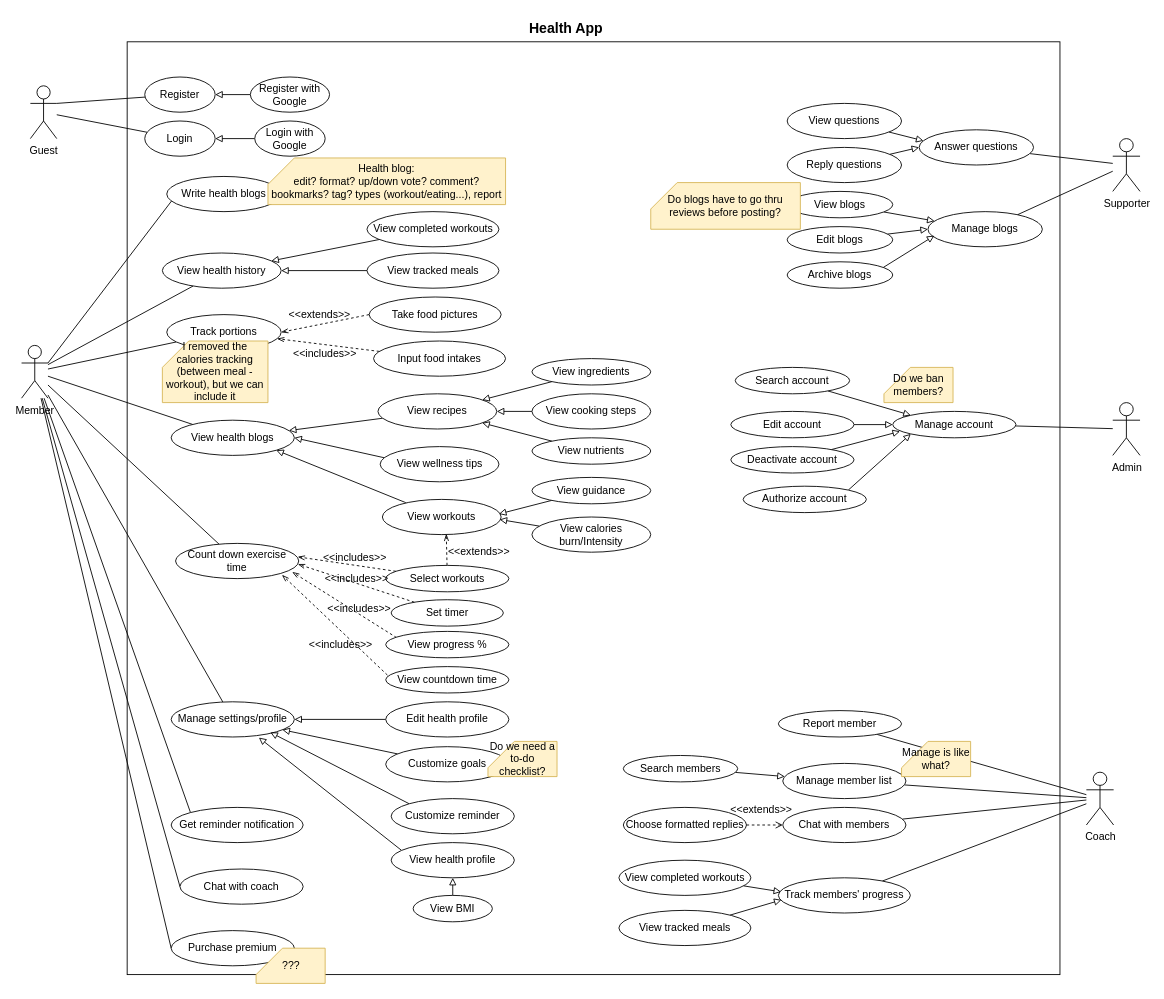
Above: SWD_health_app.drawio in sehayden/android-hayden (draw.io), before the change. Source tidied: cells renumbered, new cells numbered last; positions are measured from the earlier drawing's top-left corner, leaving out a move shared by most shapes. Both pictures are drawn from the tidied source at 88%, with x=0, y=0 at pixel (21, 15).
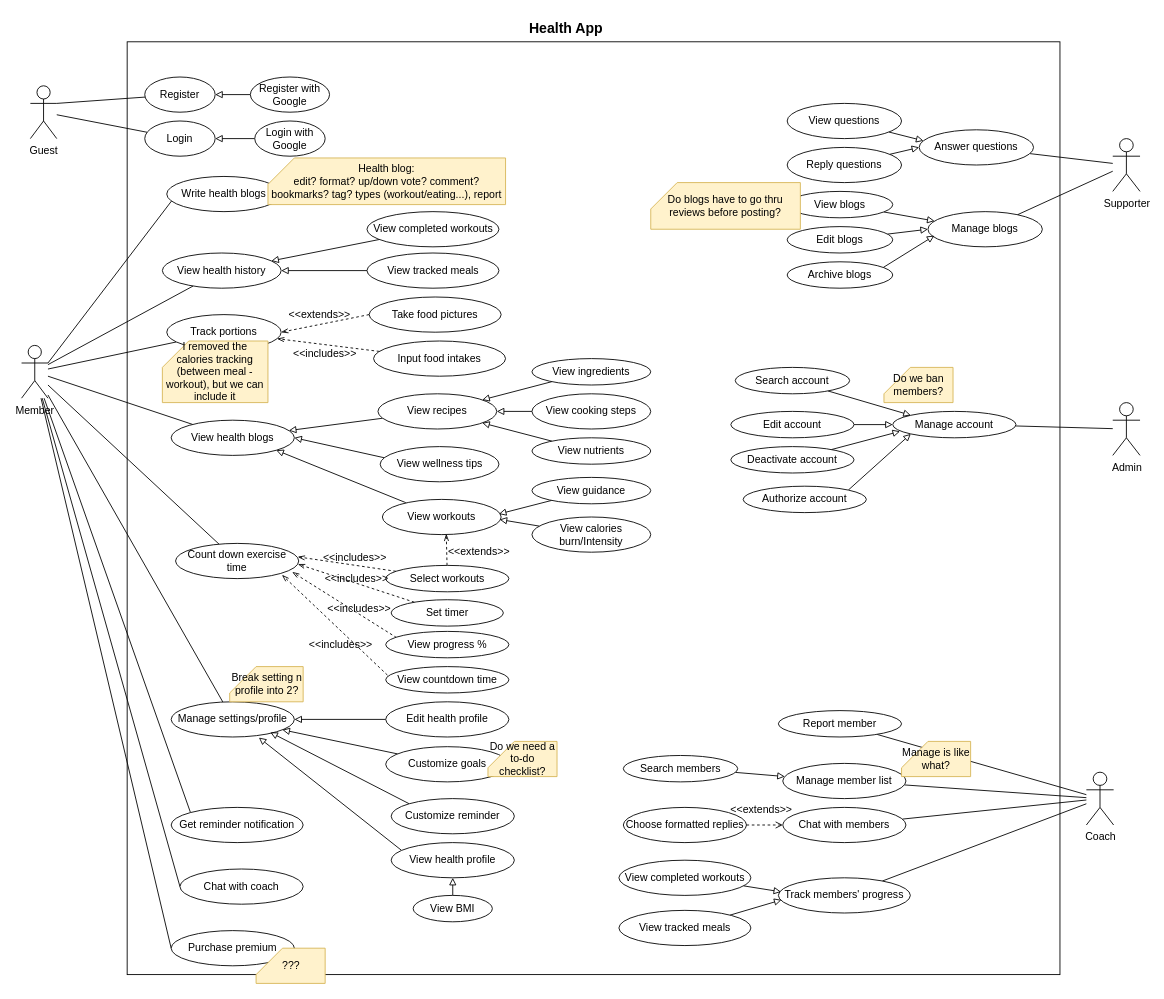
The same page after the edit.

What changed in the source:
```diff
@@
+    <mxCell id="134" value="Break setting n profile into 2?" style="shape=card;whiteSpace=wrap;html=1;fontSize=12;fillColor=#fff2cc;strokeColor=#d6b656;" parent="1" vertex="1">
+      <mxGeometry x="236.5" y="740" width="83.5" height="40" as="geometry" />
+    </mxCell>
```
